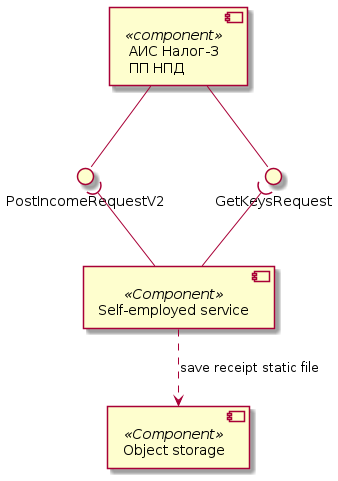
RaikBitters/ibank-internal-services keeps this PlantUML diagram as assets/images/diagrams/self-employed-service/components/offline-incomes-components.png. Above is the earlier version. Source of this version:
```plantuml
@startuml offline-incomes-components

component "АИС Налог-3\nПП НПД" as Tax3 <<component>>
interface "GetKeysRequest" as getKeys
interface "PostIncomeRequestV2" as postIncomeRequestV2

Tax3 --() getKeys
Tax3 --() postIncomeRequestV2

component "Self-employed service" as SelfEmplService <<Component>>
component "Object storage" as objectStorage <<Component>>

SelfEmplService -up-( getKeys
SelfEmplService -up-( postIncomeRequestV2
SelfEmplService ..> objectStorage: save receipt static file

@enduml
```
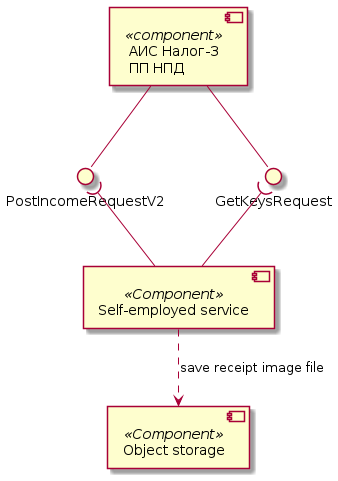
Later version of the same file.

Commit message:
Patched diagram.

What changed in the source:
```diff
@@ -12,6 +12,6 @@
 
 SelfEmplService -up-( getKeys
 SelfEmplService -up-( postIncomeRequestV2
-SelfEmplService ..> objectStorage: save receipt static file
+SelfEmplService ..> objectStorage: save receipt image file
 
 @enduml
```
